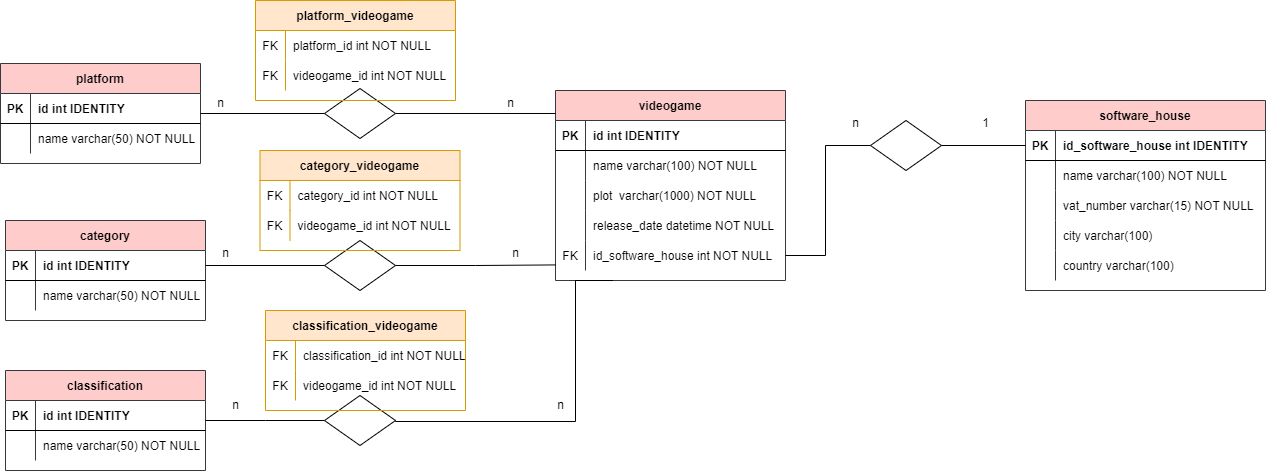
Above: modellazione_schema_ER_videogames.png in giovannitamburini/db-videogames (draw.io), before the change. Source tidied: cells renumbered, new cells last; positions are measured from the earlier drawing's top-left corner, leaving out a move shared by most shapes.
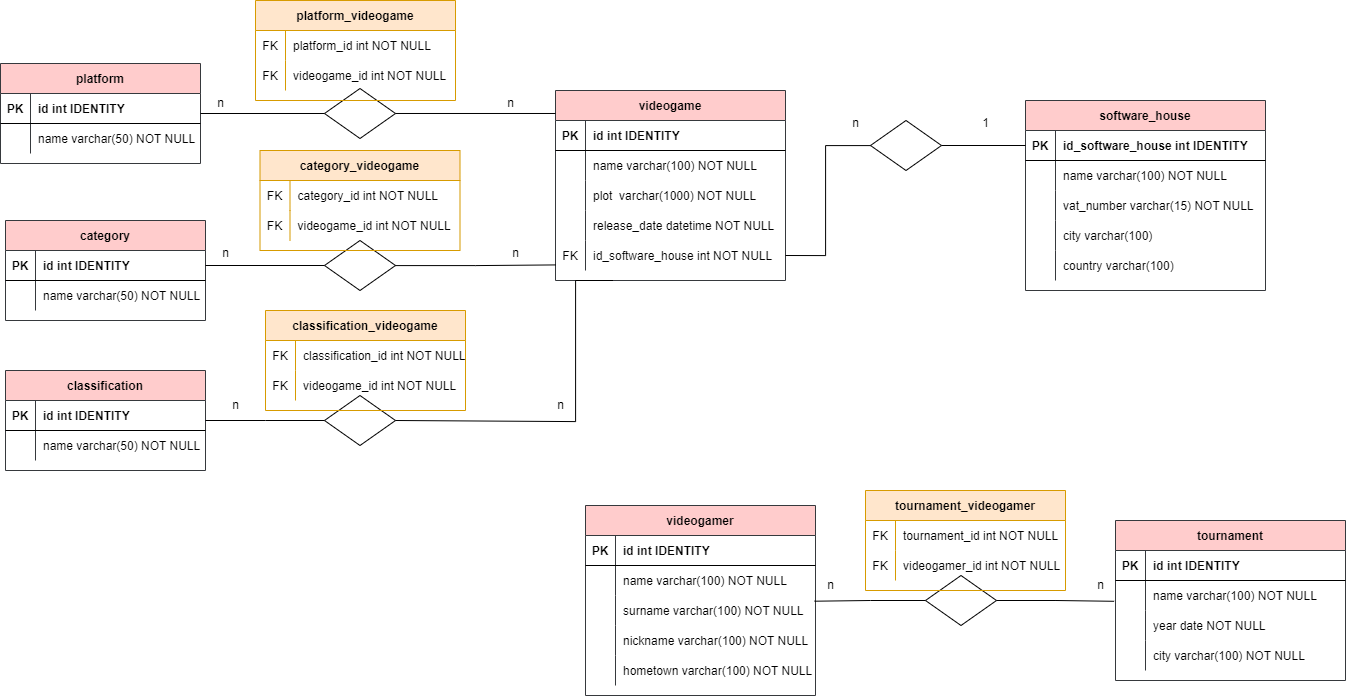
Later version of the same file.

Commit message:
added table of tornament & videogamer

What changed in the source:
```diff
@@ -296,5 +296,128 @@
     <mxCell id="95" value="n" style="text;html=1;align=center;verticalAlign=middle;strokeColor=none;fillColor=none;" parent="1" vertex="1">
       <mxGeometry x="500" y="238" width="30" height="30" as="geometry" />
     </mxCell>
+    <mxCell id="96" value="tournament" style="shape=table;startSize=30;rowLines=0;fontStyle=1;align=center;fillColor=#ffcccc;strokeColor=#36393d;" parent="1" vertex="1">
+      <mxGeometry x="1115" y="520" width="230" height="160" as="geometry" />
+    </mxCell>
+    <mxCell id="97" style="shape=partialRectangle;fillColor=none;top=0;left=0;right=0;bottom=1;" parent="96" vertex="1">
+      <mxGeometry y="30" width="230" height="30" as="geometry" />
+    </mxCell>
+    <mxCell id="98" value="PK" style="shape=partialRectangle;overflow=hidden;fillColor=none;top=0;left=0;bottom=0;right=0;fontStyle=1;" parent="97" vertex="1">
+      <mxGeometry width="30" height="30" as="geometry" />
+    </mxCell>
+    <mxCell id="99" value="id int IDENTITY" style="shape=partialRectangle;overflow=hidden;fillColor=none;top=0;left=0;bottom=0;right=0;align=left;spacingLeft=6;fontStyle=1;" parent="97" vertex="1">
+      <mxGeometry x="30" width="200" height="30" as="geometry" />
+    </mxCell>
+    <mxCell id="100" style="shape=partialRectangle;fillColor=none;points=[[0,0.5],[1,0.5]];portConstraint=eastwest;top=0;left=0;right=0;bottom=0;" parent="96" vertex="1">
+      <mxGeometry y="60" width="230" height="30" as="geometry" />
+    </mxCell>
+    <mxCell id="101" style="shape=partialRectangle;overflow=hidden;fillColor=none;top=0;left=0;bottom=0;right=0;" parent="100" vertex="1">
+      <mxGeometry width="30" height="30" as="geometry" />
+    </mxCell>
+    <mxCell id="102" value="name varchar(100) NOT NULL" style="shape=partialRectangle;overflow=hidden;fillColor=none;top=0;left=0;bottom=0;right=0;align=left;spacingLeft=6;" parent="100" vertex="1">
+      <mxGeometry x="30" width="200" height="30" as="geometry" />
+    </mxCell>
+    <mxCell id="103" style="shape=partialRectangle;fillColor=none;top=0;left=0;right=0;bottom=0;" parent="96" vertex="1">
+      <mxGeometry y="90" width="230" height="30" as="geometry" />
+    </mxCell>
+    <mxCell id="104" style="shape=partialRectangle;overflow=hidden;fillColor=none;top=0;left=0;bottom=0;right=0;" parent="103" vertex="1">
+      <mxGeometry width="30" height="30" as="geometry" />
+    </mxCell>
+    <mxCell id="105" value="year date NOT NULL" style="shape=partialRectangle;overflow=hidden;fillColor=none;top=0;left=0;bottom=0;right=0;align=left;spacingLeft=6;" parent="103" vertex="1">
+      <mxGeometry x="30" width="200" height="30" as="geometry" />
+    </mxCell>
+    <mxCell id="106" style="shape=partialRectangle;fillColor=none;top=0;left=0;right=0;bottom=0;" parent="96" vertex="1">
+      <mxGeometry y="120" width="230" height="30" as="geometry" />
+    </mxCell>
+    <mxCell id="107" style="shape=partialRectangle;overflow=hidden;fillColor=none;top=0;left=0;bottom=0;right=0;" parent="106" vertex="1">
+      <mxGeometry width="30" height="30" as="geometry" />
+    </mxCell>
+    <mxCell id="108" value="city varchar(100) NOT NULL" style="shape=partialRectangle;overflow=hidden;fillColor=none;top=0;left=0;bottom=0;right=0;align=left;spacingLeft=6;" parent="106" vertex="1">
+      <mxGeometry x="30" width="200" height="30" as="geometry" />
+    </mxCell>
+    <mxCell id="109" value="videogamer" style="shape=table;startSize=30;rowLines=0;fontStyle=1;align=center;fillColor=#ffcccc;strokeColor=#36393d;" parent="1" vertex="1">
+      <mxGeometry x="585" y="505" width="230" height="190" as="geometry" />
+    </mxCell>
+    <mxCell id="110" style="shape=partialRectangle;fillColor=none;top=0;left=0;right=0;bottom=1;" parent="109" vertex="1">
+      <mxGeometry y="30" width="230" height="30" as="geometry" />
+    </mxCell>
+    <mxCell id="111" value="PK" style="shape=partialRectangle;overflow=hidden;fillColor=none;top=0;left=0;bottom=0;right=0;fontStyle=1;" parent="110" vertex="1">
+      <mxGeometry width="30" height="30" as="geometry" />
+    </mxCell>
+    <mxCell id="112" value="id int IDENTITY" style="shape=partialRectangle;overflow=hidden;fillColor=none;top=0;left=0;bottom=0;right=0;align=left;spacingLeft=6;fontStyle=1;" parent="110" vertex="1">
+      <mxGeometry x="30" width="200" height="30" as="geometry" />
+    </mxCell>
+    <mxCell id="113" style="shape=partialRectangle;fillColor=none;top=0;left=0;right=0;bottom=0;" parent="109" vertex="1">
+      <mxGeometry y="60" width="230" height="30" as="geometry" />
+    </mxCell>
+    <mxCell id="114" style="shape=partialRectangle;overflow=hidden;fillColor=none;top=0;left=0;bottom=0;right=0;" parent="113" vertex="1">
+      <mxGeometry width="30" height="30" as="geometry" />
+    </mxCell>
+    <mxCell id="115" value="name varchar(100) NOT NULL" style="shape=partialRectangle;overflow=hidden;fillColor=none;top=0;left=0;bottom=0;right=0;align=left;spacingLeft=6;" parent="113" vertex="1">
+      <mxGeometry x="30" width="200" height="30" as="geometry" />
+    </mxCell>
+    <mxCell id="116" style="shape=partialRectangle;fillColor=none;points=[[0,0.5],[1,0.5]];portConstraint=eastwest;top=0;left=0;right=0;bottom=0;" parent="109" vertex="1">
+      <mxGeometry y="90" width="230" height="30" as="geometry" />
+    </mxCell>
+    <mxCell id="117" style="shape=partialRectangle;overflow=hidden;fillColor=none;top=0;left=0;bottom=0;right=0;" parent="116" vertex="1">
+      <mxGeometry width="30" height="30" as="geometry" />
+    </mxCell>
+    <mxCell id="118" value="surname varchar(100) NOT NULL" style="shape=partialRectangle;overflow=hidden;fillColor=none;top=0;left=0;bottom=0;right=0;align=left;spacingLeft=6;" parent="116" vertex="1">
+      <mxGeometry x="30" width="200" height="30" as="geometry" />
+    </mxCell>
+    <mxCell id="119" style="shape=partialRectangle;fillColor=none;top=0;left=0;right=0;bottom=0;" parent="109" vertex="1">
+      <mxGeometry y="120" width="230" height="30" as="geometry" />
+    </mxCell>
+    <mxCell id="120" style="shape=partialRectangle;overflow=hidden;fillColor=none;top=0;left=0;bottom=0;right=0;" parent="119" vertex="1">
+      <mxGeometry width="30" height="30" as="geometry" />
+    </mxCell>
+    <mxCell id="121" value="nickname varchar(100) NOT NULL" style="shape=partialRectangle;overflow=hidden;fillColor=none;top=0;left=0;bottom=0;right=0;align=left;spacingLeft=6;" parent="119" vertex="1">
+      <mxGeometry x="30" width="200" height="30" as="geometry" />
+    </mxCell>
+    <mxCell id="122" style="shape=partialRectangle;fillColor=none;top=0;left=0;right=0;bottom=0;" parent="109" vertex="1">
+      <mxGeometry y="150" width="230" height="30" as="geometry" />
+    </mxCell>
+    <mxCell id="123" style="shape=partialRectangle;overflow=hidden;fillColor=none;top=0;left=0;bottom=0;right=0;" parent="122" vertex="1">
+      <mxGeometry width="30" height="30" as="geometry" />
+    </mxCell>
+    <mxCell id="124" value="hometown varchar(100) NOT NULL" style="shape=partialRectangle;overflow=hidden;fillColor=none;top=0;left=0;bottom=0;right=0;align=left;spacingLeft=6;" parent="122" vertex="1">
+      <mxGeometry x="30" width="200" height="30" as="geometry" />
+    </mxCell>
+    <mxCell id="125" style="edgeStyle=orthogonalEdgeStyle;rounded=0;jettySize=auto;html=1;entryX=0.996;entryY=0.19;entryDx=0;entryDy=0;entryPerimeter=0;endArrow=none;endFill=0;" parent="1" edge="1" source="127" target="116">
+      <mxGeometry relative="1" as="geometry" />
+    </mxCell>
+    <mxCell id="126" style="edgeStyle=orthogonalEdgeStyle;rounded=0;jettySize=auto;html=1;endArrow=none;endFill=0;entryX=-0.006;entryY=0.693;entryDx=0;entryDy=0;entryPerimeter=0;" parent="1" edge="1" source="127" target="100">
+      <mxGeometry relative="1" as="geometry" />
+    </mxCell>
+    <mxCell id="127" style="rhombus;whiteSpace=wrap;html=1;fillColor=none;" parent="1" vertex="1">
+      <mxGeometry x="925" y="575" width="71" height="50" as="geometry" />
+    </mxCell>
+    <mxCell id="128" value="tournament_videogamer" style="shape=table;startSize=30;rowLines=0;fontStyle=1;align=center;fillColor=#ffe6cc;strokeColor=#d79b00;" parent="1" vertex="1">
+      <mxGeometry x="865" y="490" width="200" height="100" as="geometry" />
+    </mxCell>
+    <mxCell id="129" style="shape=partialRectangle;fillColor=none;top=0;left=0;right=0;bottom=0;" parent="128" vertex="1">
+      <mxGeometry y="30" width="200" height="30" as="geometry" />
+    </mxCell>
+    <mxCell id="130" value="FK" style="shape=partialRectangle;overflow=hidden;fillColor=none;top=0;left=0;bottom=0;right=0;" parent="129" vertex="1">
+      <mxGeometry width="30" height="30" as="geometry" />
+    </mxCell>
+    <mxCell id="131" value="tournament_id int NOT NULL" style="shape=partialRectangle;overflow=hidden;fillColor=none;top=0;left=0;bottom=0;right=0;align=left;spacingLeft=6;" parent="129" vertex="1">
+      <mxGeometry x="30" width="170" height="30" as="geometry" />
+    </mxCell>
+    <mxCell id="132" style="shape=partialRectangle;fillColor=none;top=0;left=0;right=0;bottom=0;" parent="128" vertex="1">
+      <mxGeometry y="60" width="200" height="30" as="geometry" />
+    </mxCell>
+    <mxCell id="133" value="FK" style="shape=partialRectangle;overflow=hidden;fillColor=none;top=0;left=0;bottom=0;right=0;" parent="132" vertex="1">
+      <mxGeometry width="30" height="30" as="geometry" />
+    </mxCell>
+    <mxCell id="134" value="videogamer_id int NOT NULL" style="shape=partialRectangle;overflow=hidden;fillColor=none;top=0;left=0;bottom=0;right=0;align=left;spacingLeft=6;" parent="132" vertex="1">
+      <mxGeometry x="30" width="170" height="30" as="geometry" />
+    </mxCell>
+    <mxCell id="135" value="n" style="text;html=1;align=center;verticalAlign=middle;strokeColor=none;fillColor=none;" parent="1" vertex="1">
+      <mxGeometry x="815" y="570" width="30" height="30" as="geometry" />
+    </mxCell>
+    <mxCell id="136" value="n" style="text;html=1;align=center;verticalAlign=middle;strokeColor=none;fillColor=none;" parent="1" vertex="1">
+      <mxGeometry x="1085" y="570" width="30" height="30" as="geometry" />
+    </mxCell>
   </root>
 </mxGraphModel>
```
